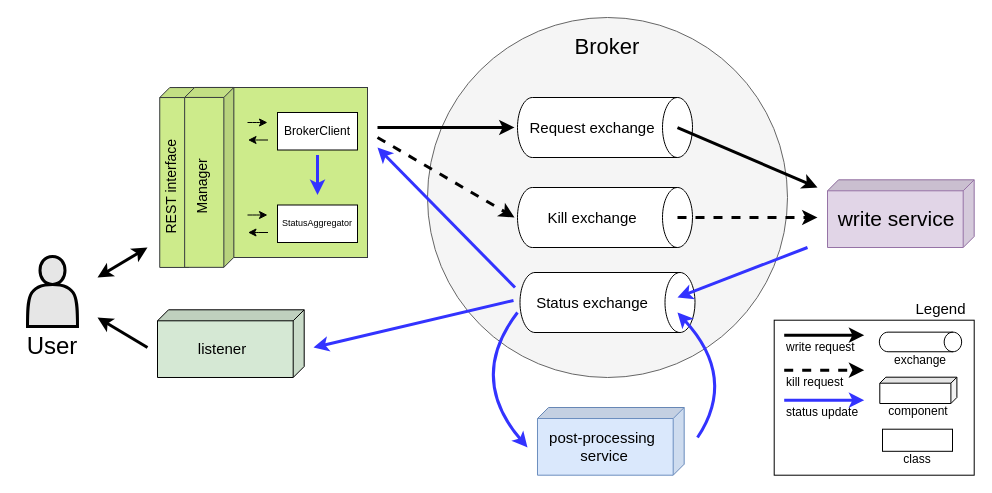
Above: page "user_interaction_flow" (2 of 2) of docs/diagrams.drawio in paulscherrerinstitute/std_daq_service (draw.io), before the change. Source tidied: cells renumbered, new cells numbered last; positions are measured from the earlier drawing's top-left corner, leaving out a move shared by most shapes. Both pictures are drawn from the tidied source at 100%, with x=0, y=0 at pixel (17, 17).
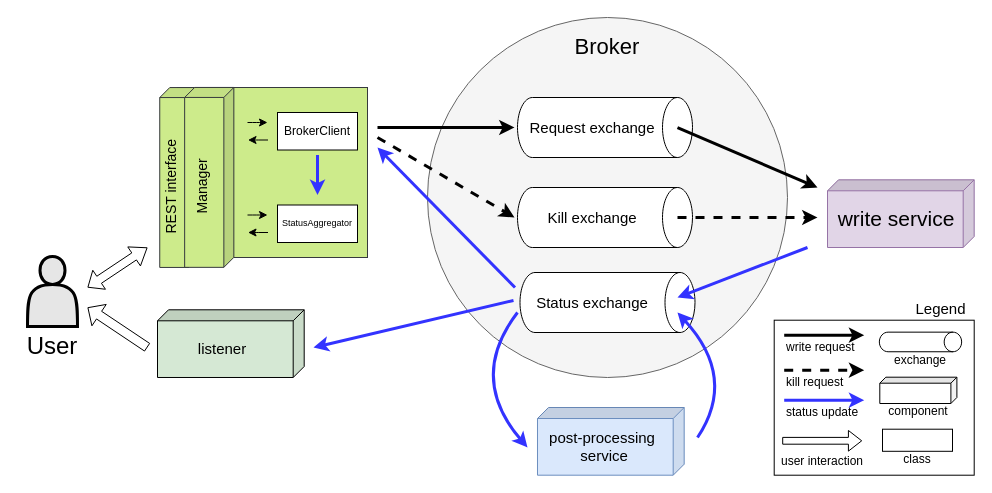
Above is the later version.

Commit message:
Update user interaction graphics

The change refers to these unchanged cells:
```xml
<mxCell id="47" style="group;fillColor=#ffffff;" parent="1" vertex="1">
  <mxGeometry x="756.7" y="302.7" width="200" height="155" as="geometry" />
</mxCell>
```

Change to the diagram source:
```diff
@@
-    <mxCell id="6" style="endArrow=classic;html=1;anchorPointDirection=0;startArrow=classic;startFill=1;strokeWidth=3;" parent="1" edge="1">
-      <mxGeometry x="300" y="290" as="geometry">
-        <mxPoint x="80" y="260" as="sourcePoint" />
-        <mxPoint x="130" y="230" as="targetPoint" />
-      </mxGeometry>
-    </mxCell>
@@
+    <mxCell id="73" style="group;" parent="47" vertex="1">
+      <mxGeometry x="5" y="121.6" width="90" height="29.5" as="geometry" />
+    </mxCell>
+    <mxCell id="74" style="shape=flexArrow;endArrow=none;html=1;fontSize=15;fontColor=#000000;strokeColor=#000000;endFill=0;startArrow=block;width=6.8;startSize=4.096;startWidth=12.88;" parent="73" edge="1">
+      <mxGeometry relative="1" as="geometry">
+        <mxPoint x="83" y="-1" as="sourcePoint" />
+        <mxPoint x="3" y="-1" as="targetPoint" />
+      </mxGeometry>
+    </mxCell>
+    <mxCell id="75" value="user interaction" style="text;html=1;strokeColor=none;fillColor=none;align=left;verticalAlign=middle;whiteSpace=wrap;rounded=0;fontColor=#000000;fontSize=12;" parent="73" vertex="1">
+      <mxGeometry y="9.5" width="90" height="20" as="geometry" />
+    </mxCell>
@@
-    <mxCell id="71" style="endArrow=none;html=1;anchorPointDirection=0;startArrow=classic;startFill=1;strokeWidth=3;endFill=0;" parent="1" edge="1">
-      <mxGeometry x="300" y="335" as="geometry">
-        <mxPoint x="80" y="300" as="sourcePoint" />
-        <mxPoint x="130" y="330" as="targetPoint" />
-      </mxGeometry>
-    </mxCell>
@@
+    <mxCell id="76" style="shape=flexArrow;endArrow=classic;html=1;fontSize=15;fontColor=#000000;strokeColor=#000000;startArrow=block;width=8.4;startSize=4.156000000000001;endSize=4.86;startWidth=13.440000000000001;endWidth=13.440000000000001;" parent="1" edge="1">
+      <mxGeometry relative="1" as="geometry">
+        <mxPoint x="70" y="270" as="sourcePoint" />
+        <mxPoint x="130" y="230" as="targetPoint" />
+      </mxGeometry>
+    </mxCell>
+    <mxCell id="77" style="shape=flexArrow;endArrow=none;html=1;fontSize=15;fontColor=#000000;strokeColor=#000000;endFill=0;startArrow=block;width=9.2;startSize=4.136;startWidth=15.52;" parent="1" edge="1">
+      <mxGeometry relative="1" as="geometry">
+        <mxPoint x="70" y="289.9" as="sourcePoint" />
+        <mxPoint x="130" y="330" as="targetPoint" />
+      </mxGeometry>
+    </mxCell>
```
